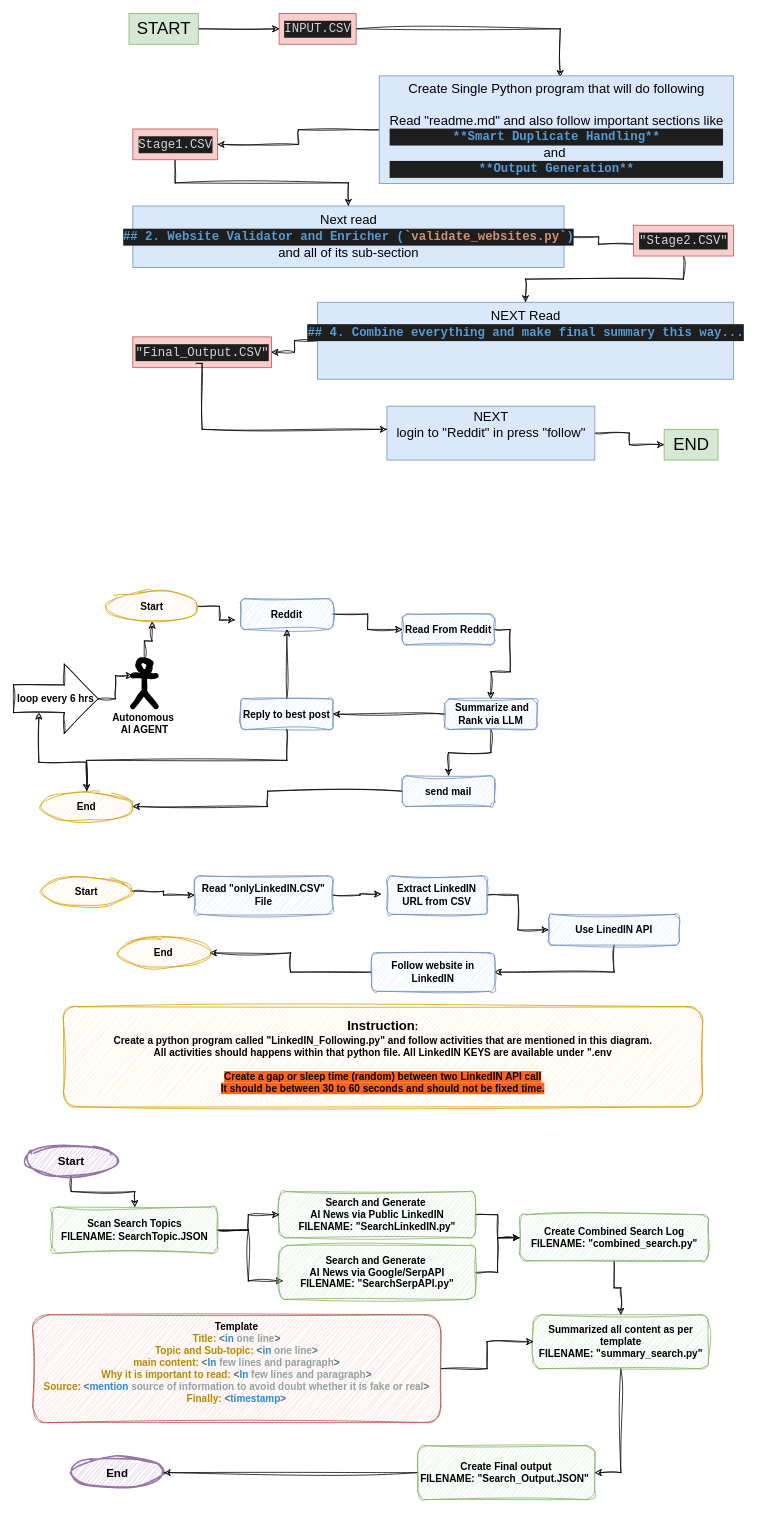
Above: tryPEN-Tool.drawio in anjali52deb/draw-io (draw.io), before the change. Source tidied: cells renumbered, new cells numbered last; positions are measured from the earlier drawing's top-left corner, leaving out a move shared by most shapes. Both pictures are drawn from the tidied source at 77%, with x=0, y=0 at pixel (13, 13).
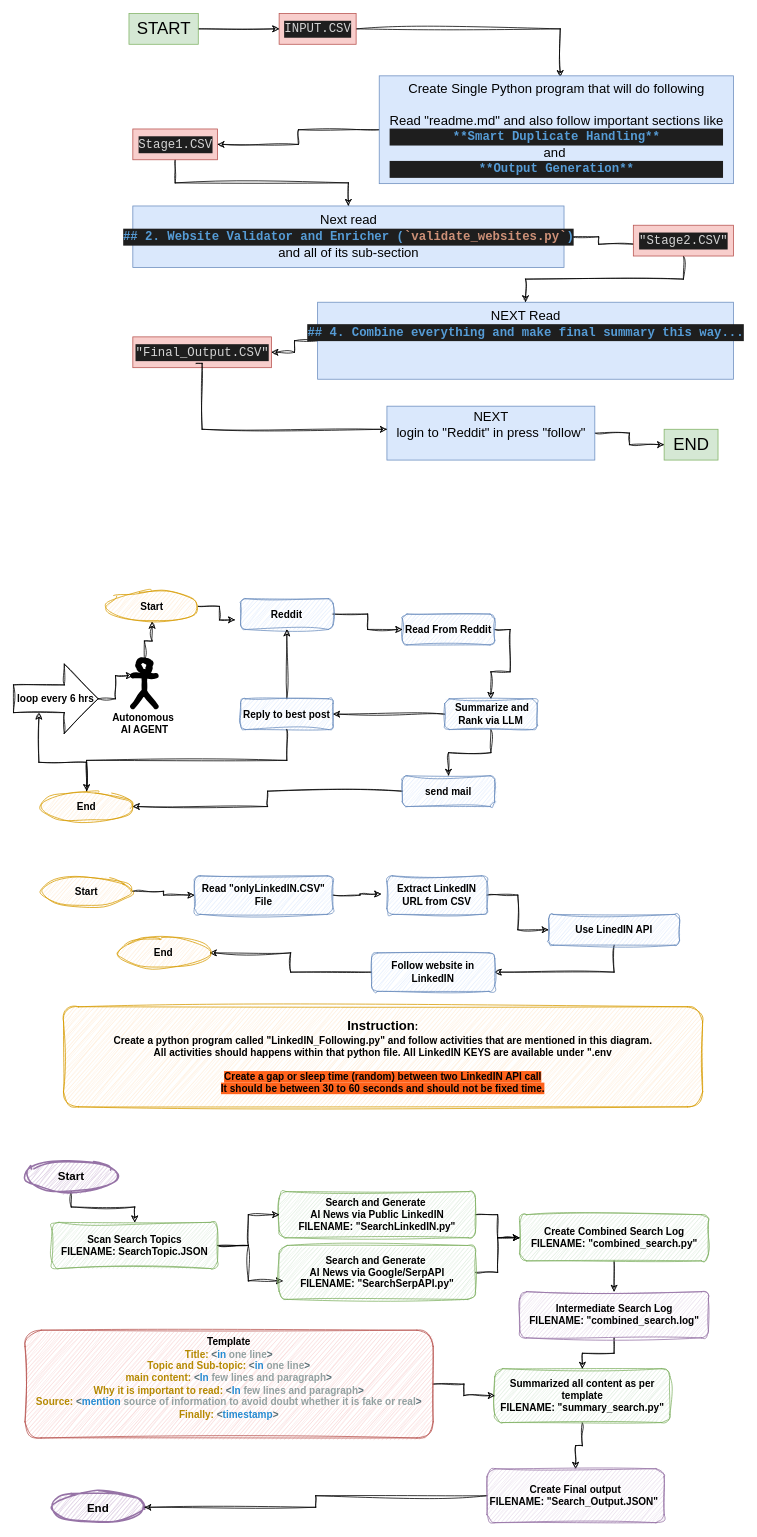
The same page after the edit.

Unchanged cells that the change refers to:
```xml
<mxCell id="57" value="&lt;div&gt;Create Combined Search Log&lt;/div&gt;&lt;div&gt;FILENAME: &quot;combined_search.py&quot;&lt;/div&gt;" style="rounded=1;whiteSpace=wrap;html=1;sketch=1;hachureGap=4;jiggle=2;curveFitting=1;fontFamily=Helvetica;fontSize=13;fontStyle=1;fillColor=#d5e8d4;strokeColor=#82b366;" parent="1" vertex="1">
  <mxGeometry x="657.5" y="1560" width="245" height="60" as="geometry" />
</mxCell>
```

What changed in the source:
```diff
@@
-    <mxCell id="55" style="edgeStyle=orthogonalEdgeStyle;rounded=0;sketch=1;hachureGap=4;jiggle=2;curveFitting=1;jettySize=auto;html=1;fontFamily=Architects Daughter;exitX=0.5;exitY=1;exitDx=0;exitDy=0;entryX=1;entryY=0.5;entryDx=0;entryDy=0;" parent="1" edge="1" source="63" target="65">
+    <mxCell id="55" style="edgeStyle=orthogonalEdgeStyle;rounded=0;sketch=1;hachureGap=4;jiggle=2;curveFitting=1;jettySize=auto;html=1;fontFamily=Architects Daughter;exitX=0.5;exitY=1;exitDx=0;exitDy=0;" parent="1" edge="1" source="63" target="65">
       <mxGeometry relative="1" as="geometry" />
     </mxCell>
-    <mxCell id="56" style="edgeStyle=orthogonalEdgeStyle;rounded=0;sketch=1;hachureGap=4;jiggle=2;curveFitting=1;jettySize=auto;html=1;fontFamily=Architects Daughter;exitX=0.5;exitY=1;exitDx=0;exitDy=0;" parent="1" edge="1" source="57" target="63">
+    <mxCell id="56" style="edgeStyle=orthogonalEdgeStyle;rounded=0;sketch=1;hachureGap=4;jiggle=2;curveFitting=1;jettySize=auto;html=1;fontFamily=Architects Daughter;exitX=0.5;exitY=1;exitDx=0;exitDy=0;entryX=0.5;entryY=0;entryDx=0;entryDy=0;" parent="1" edge="1" source="57" target="72">
       <mxGeometry relative="1" as="geometry" />
     </mxCell>
@@
     <mxCell id="61" value="Start" style="ellipse;whiteSpace=wrap;html=1;sketch=1;hachureGap=4;jiggle=2;curveFitting=1;fontFamily=Helvetica;fontSize=15;fontStyle=1;fillColor=#e1d5e7;strokeColor=#9673a6;strokeWidth=2;" parent="1" vertex="1">
-      <mxGeometry x="15" y="1470" width="120" height="40" as="geometry" />
+      <mxGeometry x="15" y="1490" width="120" height="40" as="geometry" />
     </mxCell>
     <mxCell id="62" value="End" style="ellipse;whiteSpace=wrap;html=1;sketch=1;hachureGap=4;jiggle=2;curveFitting=1;fontFamily=Helvetica;fontSize=15;fontStyle=1;fillColor=#e1d5e7;strokeColor=#9673a6;strokeWidth=2;" parent="1" vertex="1">
-      <mxGeometry x="75" y="1875" width="120" height="40" as="geometry" />
+      <mxGeometry x="50" y="1920" width="120" height="40" as="geometry" />
     </mxCell>
     <mxCell id="63" value="Summarized all content as per template&lt;br&gt;FILENAME: &quot;summary_search.py&quot;" style="rounded=1;whiteSpace=wrap;html=1;sketch=1;hachureGap=4;jiggle=2;curveFitting=1;fontFamily=Helvetica;fontSize=13;fontStyle=1;fillColor=#d5e8d4;strokeColor=#82b366;" parent="1" vertex="1">
-      <mxGeometry x="675" y="1690" width="227.5" height="70" as="geometry" />
+      <mxGeometry x="625" y="1760" width="227.5" height="70" as="geometry" />
     </mxCell>
@@
-    <mxCell id="65" value="&lt;div&gt;Create Final output&lt;/div&gt;&lt;div&gt;FILENAME: &quot;Search_Output.JSON&quot;&amp;nbsp;&lt;/div&gt;" style="rounded=1;whiteSpace=wrap;html=1;sketch=1;hachureGap=4;jiggle=2;curveFitting=1;fontFamily=Helvetica;fontSize=13;fontStyle=1;fillColor=#d5e8d4;strokeColor=#82b366;" parent="1" vertex="1">
-      <mxGeometry x="525" y="1860" width="230" height="70" as="geometry" />
+    <mxCell id="65" value="&lt;div&gt;Create Final output&lt;/div&gt;&lt;div&gt;FILENAME: &quot;Search_Output.JSON&quot;&amp;nbsp;&lt;/div&gt;" style="rounded=1;whiteSpace=wrap;html=1;sketch=1;hachureGap=4;jiggle=2;curveFitting=1;fontFamily=Helvetica;fontSize=13;fontStyle=1;fillColor=#e1d5e7;strokeColor=#9673a6;" parent="1" vertex="1">
+      <mxGeometry x="615" y="1890" width="230" height="70" as="geometry" />
     </mxCell>
@@
     <mxCell id="67" value="&lt;div&gt;Template&lt;/div&gt;&lt;div&gt;&lt;span style=&quot;color: rgb(181, 137, 0); white-space: pre;&quot;&gt;Title: &lt;/span&gt;&lt;span style=&quot;color: rgb(88, 110, 117); white-space: pre;&quot;&gt;&amp;lt;&lt;/span&gt;&lt;span style=&quot;color: rgb(38, 139, 210); white-space: pre;&quot;&gt;in&lt;/span&gt;&lt;span style=&quot;color: rgb(181, 137, 0); white-space: pre;&quot;&gt; &lt;/span&gt;&lt;span style=&quot;color: rgb(147, 161, 161); white-space: pre;&quot;&gt;one&lt;/span&gt;&lt;span style=&quot;color: rgb(181, 137, 0); white-space: pre;&quot;&gt; &lt;/span&gt;&lt;span style=&quot;color: rgb(147, 161, 161); white-space: pre;&quot;&gt;line&lt;/span&gt;&lt;span style=&quot;color: rgb(88, 110, 117); white-space: pre;&quot;&gt;&amp;gt;&lt;/span&gt;&lt;/div&gt;&lt;div&gt;&lt;span style=&quot;color: rgb(181, 137, 0); white-space: pre;&quot;&gt;Topic and Sub-topic: &lt;/span&gt;&lt;span style=&quot;color: rgb(88, 110, 117); white-space: pre;&quot;&gt;&amp;lt;&lt;/span&gt;&lt;span style=&quot;color: rgb(38, 139, 210); white-space: pre;&quot;&gt;in&lt;/span&gt;&lt;span style=&quot;color: rgb(181, 137, 0); white-space: pre;&quot;&gt; &lt;/span&gt;&lt;span style=&quot;color: rgb(147, 161, 161); white-space: pre;&quot;&gt;one&lt;/span&gt;&lt;span style=&quot;color: rgb(181, 137, 0); white-space: pre;&quot;&gt; &lt;/span&gt;&lt;span style=&quot;color: rgb(147, 161, 161); white-space: pre;&quot;&gt;line&lt;/span&gt;&lt;span style=&quot;color: rgb(88, 110, 117); white-space: pre;&quot;&gt;&amp;gt;&lt;/span&gt;&lt;/div&gt;&lt;div&gt;&lt;span style=&quot;color: rgb(181, 137, 0); white-space: pre;&quot;&gt;main content: &lt;/span&gt;&lt;span style=&quot;color: rgb(88, 110, 117); white-space: pre;&quot;&gt;&amp;lt;&lt;/span&gt;&lt;span style=&quot;color: rgb(38, 139, 210); white-space: pre;&quot;&gt;In&lt;/span&gt;&lt;span style=&quot;color: rgb(181, 137, 0); white-space: pre;&quot;&gt; &lt;/span&gt;&lt;span style=&quot;color: rgb(147, 161, 161); white-space: pre;&quot;&gt;few&lt;/span&gt;&lt;span style=&quot;color: rgb(181, 137, 0); white-space: pre;&quot;&gt; &lt;/span&gt;&lt;span style=&quot;color: rgb(147, 161, 161); white-space: pre;&quot;&gt;lines&lt;/span&gt;&lt;span style=&quot;color: rgb(181, 137, 0); white-space: pre;&quot;&gt; &lt;/span&gt;&lt;span style=&quot;color: rgb(147, 161, 161); white-space: pre;&quot;&gt;and&lt;/span&gt;&lt;span style=&quot;color: rgb(181, 137, 0); white-space: pre;&quot;&gt; &lt;/span&gt;&lt;span style=&quot;color: rgb(147, 161, 161); white-space: pre;&quot;&gt;paragraph&lt;/span&gt;&lt;span style=&quot;color: rgb(88, 110, 117); white-space: pre;&quot;&gt;&amp;gt;&lt;/span&gt;&lt;/div&gt;&lt;div&gt;&lt;span style=&quot;color: rgb(181, 137, 0); white-space: pre;&quot;&gt;Why it is important to read: &lt;/span&gt;&lt;span style=&quot;color: rgb(88, 110, 117); white-space: pre;&quot;&gt;&amp;lt;&lt;/span&gt;&lt;span style=&quot;color: rgb(38, 139, 210); white-space: pre;&quot;&gt;In&lt;/span&gt;&lt;span style=&quot;color: rgb(181, 137, 0); white-space: pre;&quot;&gt; &lt;/span&gt;&lt;span style=&quot;color: rgb(147, 161, 161); white-space: pre;&quot;&gt;few&lt;/span&gt;&lt;span style=&quot;color: rgb(181, 137, 0); white-space: pre;&quot;&gt; &lt;/span&gt;&lt;span style=&quot;color: rgb(147, 161, 161); white-space: pre;&quot;&gt;lines&lt;/span&gt;&lt;span style=&quot;color: rgb(181, 137, 0); white-space: pre;&quot;&gt; &lt;/span&gt;&lt;span style=&quot;color: rgb(147, 161, 161); white-space: pre;&quot;&gt;and&lt;/span&gt;&lt;span style=&quot;color: rgb(181, 137, 0); white-space: pre;&quot;&gt; &lt;/span&gt;&lt;span style=&quot;color: rgb(147, 161, 161); white-space: pre;&quot;&gt;paragraph&lt;/span&gt;&lt;span style=&quot;color: rgb(88, 110, 117); white-space: pre;&quot;&gt;&amp;gt;&lt;/span&gt;&lt;/div&gt;&lt;div&gt;&lt;span style=&quot;color: rgb(181, 137, 0); white-space: pre;&quot;&gt;Source: &lt;/span&gt;&lt;span style=&quot;color: rgb(88, 110, 117); white-space: pre;&quot;&gt;&amp;lt;&lt;/span&gt;&lt;span style=&quot;color: rgb(38, 139, 210); white-space: pre;&quot;&gt;mention&lt;/span&gt;&lt;span style=&quot;color: rgb(181, 137, 0); white-space: pre;&quot;&gt; &lt;/span&gt;&lt;span style=&quot;color: rgb(147, 161, 161); white-space: pre;&quot;&gt;source&lt;/span&gt;&lt;span style=&quot;color: rgb(181, 137, 0); white-space: pre;&quot;&gt; &lt;/span&gt;&lt;span style=&quot;color: rgb(147, 161, 161); white-space: pre;&quot;&gt;of&lt;/span&gt;&lt;span style=&quot;color: rgb(181, 137, 0); white-space: pre;&quot;&gt; &lt;/span&gt;&lt;span style=&quot;color: rgb(147, 161, 161); white-space: pre;&quot;&gt;information&lt;/span&gt;&lt;span style=&quot;color: rgb(181, 137, 0); white-space: pre;&quot;&gt; &lt;/span&gt;&lt;span style=&quot;color: rgb(147, 161, 161); white-space: pre;&quot;&gt;to&lt;/span&gt;&lt;span style=&quot;color: rgb(181, 137, 0); white-space: pre;&quot;&gt; &lt;/span&gt;&lt;span style=&quot;color: rgb(147, 161, 161); white-space: pre;&quot;&gt;avoid&lt;/span&gt;&lt;span style=&quot;color: rgb(181, 137, 0); white-space: pre;&quot;&gt; &lt;/span&gt;&lt;span style=&quot;color: rgb(147, 161, 161); white-space: pre;&quot;&gt;doubt&lt;/span&gt;&lt;span style=&quot;color: rgb(181, 137, 0); white-space: pre;&quot;&gt; &lt;/span&gt;&lt;span style=&quot;color: rgb(147, 161, 161); white-space: pre;&quot;&gt;whether&lt;/span&gt;&lt;span style=&quot;color: rgb(181, 137, 0); white-space: pre;&quot;&gt; &lt;/span&gt;&lt;span style=&quot;color: rgb(147, 161, 161); white-space: pre;&quot;&gt;it&lt;/span&gt;&lt;span style=&quot;color: rgb(181, 137, 0); white-space: pre;&quot;&gt; &lt;/span&gt;&lt;span style=&quot;color: rgb(147, 161, 161); white-space: pre;&quot;&gt;is&lt;/span&gt;&lt;span style=&quot;color: rgb(181, 137, 0); white-space: pre;&quot;&gt; &lt;/span&gt;&lt;span style=&quot;color: rgb(147, 161, 161); white-space: pre;&quot;&gt;fake&lt;/span&gt;&lt;span style=&quot;color: rgb(181, 137, 0); white-space: pre;&quot;&gt; &lt;/span&gt;&lt;span style=&quot;color: rgb(147, 161, 161); white-space: pre;&quot;&gt;or&lt;/span&gt;&lt;span style=&quot;color: rgb(181, 137, 0); white-space: pre;&quot;&gt; &lt;/span&gt;&lt;span style=&quot;color: rgb(147, 161, 161); white-space: pre;&quot;&gt;real&lt;/span&gt;&lt;span style=&quot;color: rgb(88, 110, 117); white-space: pre;&quot;&gt;&amp;gt;&lt;/span&gt;&lt;div style=&quot;white-space: pre;&quot;&gt;&lt;span style=&quot;color: rgb(181, 137, 0);&quot;&gt;Finally: &lt;/span&gt;&lt;span style=&quot;color: rgb(88, 110, 117);&quot;&gt;&amp;lt;&lt;/span&gt;&lt;span style=&quot;color: rgb(38, 139, 210);&quot;&gt;timestamp&lt;/span&gt;&lt;span style=&quot;color: rgb(88, 110, 117);&quot;&gt;&amp;gt;&lt;/span&gt;&lt;/div&gt;&lt;/div&gt;&lt;div&gt;&lt;br&gt;&lt;/div&gt;" style="rounded=1;whiteSpace=wrap;html=1;sketch=1;hachureGap=4;jiggle=2;curveFitting=1;fontFamily=Helvetica;fontSize=13;fontStyle=1;fillColor=#f8cecc;strokeColor=#b85450;align=center;" parent="1" vertex="1">
-      <mxGeometry x="25" y="1690" width="530" height="140" as="geometry" />
+      <mxGeometry x="15" y="1710" width="530" height="140" as="geometry" />
     </mxCell>
@@
     <mxCell id="70" value="Scan Search Topics&lt;br&gt;FILENAME: SearchTopic.JSON" style="rounded=1;whiteSpace=wrap;html=1;sketch=1;hachureGap=4;jiggle=2;curveFitting=1;fontFamily=Helvetica;fontSize=13;fontStyle=1;fillColor=#d5e8d4;strokeColor=#82b366;" parent="1" vertex="1">
-      <mxGeometry x="50" y="1550" width="215" height="60" as="geometry" />
+      <mxGeometry x="50" y="1570" width="215" height="60" as="geometry" />
     </mxCell>
+    <mxCell id="71" style="edgeStyle=orthogonalEdgeStyle;rounded=0;sketch=1;hachureGap=4;jiggle=2;curveFitting=1;jettySize=auto;html=1;fontFamily=Architects Daughter;" parent="1" edge="1" source="72" target="63">
+      <mxGeometry relative="1" as="geometry" />
+    </mxCell>
+    <mxCell id="72" value="&lt;div&gt;Intermediate Search Log&lt;/div&gt;&lt;div&gt;FILENAME: &quot;combined_search.log&quot;&lt;/div&gt;" style="rounded=1;whiteSpace=wrap;html=1;sketch=1;hachureGap=4;jiggle=2;curveFitting=1;fontFamily=Helvetica;fontSize=13;fontStyle=1;fillColor=#e1d5e7;strokeColor=#9673a6;" parent="1" vertex="1">
+      <mxGeometry x="657.5" y="1660" width="245" height="60" as="geometry" />
+    </mxCell>
```
